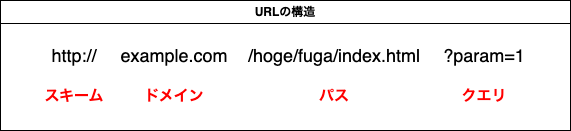
shmp-dev/TIL keeps this draw.io diagram as Web/image/url.drawio.png. Above is the earlier version. Source tidied: cells renumbered, new cells last; positions are measured from the earlier drawing's top-left corner, leaving out a move shared by most shapes.
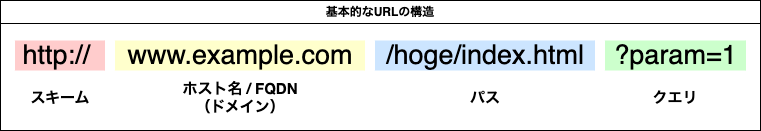
The same file after the commit.

What changed in the source:
```diff
@@ -2,32 +2,32 @@
   <root>
     <mxCell id="0" />
     <mxCell id="1" parent="0" />
-    <mxCell id="2" value="URLの構造" style="swimlane;whiteSpace=wrap;html=1;" parent="1" vertex="1">
-      <mxGeometry width="570" height="130" as="geometry" />
+    <mxCell id="2" value="基本的なURLの構造" style="swimlane;whiteSpace=wrap;html=1;" parent="1" vertex="1">
+      <mxGeometry width="760" height="130" as="geometry" />
     </mxCell>
-    <mxCell id="3" value="http://" style="text;html=1;strokeColor=none;fillColor=none;align=center;verticalAlign=middle;whiteSpace=wrap;rounded=0;fontSize=18;" parent="2" vertex="1">
-      <mxGeometry x="44" y="40" width="60" height="30" as="geometry" />
+    <mxCell id="3" value="http://&amp;nbsp;" style="text;html=1;strokeColor=none;fillColor=#FFCCCC;align=center;verticalAlign=middle;whiteSpace=wrap;rounded=0;fontSize=27;fontColor=#000000;" parent="2" vertex="1">
+      <mxGeometry x="14.5" y="40" width="90" height="30" as="geometry" />
     </mxCell>
-    <mxCell id="4" value="example.com" style="text;html=1;strokeColor=none;fillColor=none;align=center;verticalAlign=middle;whiteSpace=wrap;rounded=0;fontSize=18;" parent="2" vertex="1">
-      <mxGeometry x="114" y="40" width="120" height="30" as="geometry" />
-    </mxCell>
-    <mxCell id="5" value="/hoge/fuga/index.html" style="text;html=1;strokeColor=none;fillColor=none;align=center;verticalAlign=middle;whiteSpace=wrap;rounded=0;fontSize=18;" parent="2" vertex="1">
-      <mxGeometry x="234" y="40" width="200" height="30" as="geometry" />
-    </mxCell>
-    <mxCell id="6" value="?param=1" style="text;html=1;strokeColor=none;fillColor=none;align=center;verticalAlign=middle;whiteSpace=wrap;rounded=0;fontSize=18;" parent="2" vertex="1">
-      <mxGeometry x="439" y="40" width="90" height="30" as="geometry" />
-    </mxCell>
-    <mxCell id="7" value="スキーム" style="text;html=1;align=center;verticalAlign=middle;whiteSpace=wrap;rounded=0;fontSize=15;labelBackgroundColor=default;fontColor=#FF0000;fontStyle=1;" parent="2" vertex="1">
-      <mxGeometry x="24" y="80" width="100" height="30" as="geometry" />
+    <mxCell id="7" value="スキーム" style="text;html=1;align=center;verticalAlign=middle;whiteSpace=wrap;rounded=0;fontSize=15;labelBackgroundColor=default;fontColor=default;fontStyle=1;" parent="2" vertex="1">
+      <mxGeometry x="9.5" y="82" width="100" height="30" as="geometry" />
     </mxCell>
-    <mxCell id="8" value="ドメイン" style="text;html=1;align=center;verticalAlign=middle;whiteSpace=wrap;rounded=0;fontSize=15;labelBackgroundColor=default;fontColor=#FF0000;fontStyle=1;" parent="2" vertex="1">
-      <mxGeometry x="124" y="80" width="100" height="30" as="geometry" />
+    <mxCell id="8" value="ホスト名 / FQDN&lt;br&gt;（ドメイン）" style="text;html=1;align=center;verticalAlign=middle;whiteSpace=wrap;rounded=0;fontSize=15;labelBackgroundColor=default;fontColor=default;fontStyle=1;" parent="2" vertex="1">
+      <mxGeometry x="164.5" y="82" width="150" height="30" as="geometry" />
     </mxCell>
-    <mxCell id="9" value="パス" style="text;html=1;align=center;verticalAlign=middle;whiteSpace=wrap;rounded=0;fontSize=15;labelBackgroundColor=default;fontColor=#FF0000;fontStyle=1;" parent="2" vertex="1">
-      <mxGeometry x="284" y="80" width="100" height="30" as="geometry" />
+    <mxCell id="9" value="パス" style="text;html=1;align=center;verticalAlign=middle;whiteSpace=wrap;rounded=0;fontSize=15;labelBackgroundColor=default;fontColor=default;fontStyle=1;" parent="2" vertex="1">
+      <mxGeometry x="434.5" y="82" width="100" height="30" as="geometry" />
     </mxCell>
-    <mxCell id="10" value="クエリ" style="text;html=1;align=center;verticalAlign=middle;whiteSpace=wrap;rounded=0;fontSize=15;labelBackgroundColor=default;fontColor=#FF0000;fontStyle=1;" parent="2" vertex="1">
-      <mxGeometry x="434" y="80" width="100" height="30" as="geometry" />
+    <mxCell id="10" value="クエリ" style="text;html=1;align=center;verticalAlign=middle;whiteSpace=wrap;rounded=0;fontSize=15;labelBackgroundColor=default;fontColor=default;fontStyle=1;" parent="2" vertex="1">
+      <mxGeometry x="625" y="82" width="100" height="30" as="geometry" />
     </mxCell>
+    <mxCell id="4" value="www.example.com" style="text;html=1;strokeColor=none;fillColor=#FFFFCC;align=center;verticalAlign=middle;whiteSpace=wrap;rounded=0;fontSize=27;labelBackgroundColor=none;fontColor=#000000;" parent="2" vertex="1">
+      <mxGeometry x="114.5" y="40" width="250" height="30" as="geometry" />
+    </mxCell>
+    <mxCell id="5" value="/hoge/index.html" style="text;html=1;strokeColor=none;fillColor=#CCE5FF;align=center;verticalAlign=middle;whiteSpace=wrap;rounded=0;fontSize=27;fontColor=#000000;" parent="2" vertex="1">
+      <mxGeometry x="374.5" y="40" width="220" height="30" as="geometry" />
+    </mxCell>
+    <mxCell id="6" value="?param=1" style="text;html=1;strokeColor=none;fillColor=#CCFFCC;align=center;verticalAlign=middle;whiteSpace=wrap;rounded=0;fontSize=27;fontColor=#000000;" parent="2" vertex="1">
+      <mxGeometry x="604.5" y="40" width="141" height="30" as="geometry" />
+    </mxCell>
   </root>
 </mxGraphModel>
```
